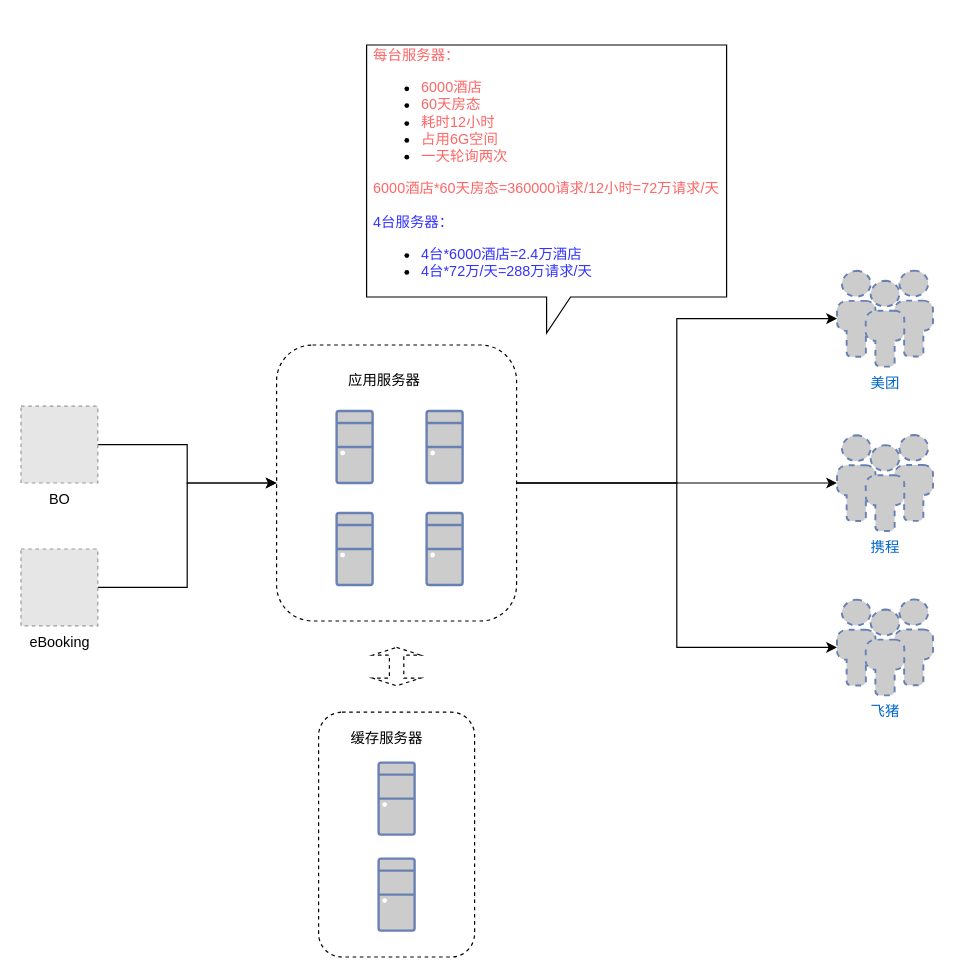
weiwen111/diagram keeps this draw.io diagram as page "deploy" (3 of 3) of drawio/酒店-美团.drawio. Above is the earlier version. Source tidied: cells renumbered, new cells numbered last; positions are measured from the earlier drawing's top-left corner, leaving out a move shared by most shapes. Both pictures are drawn from the tidied source at 120%, with x=0, y=0 at pixel (20, 44). Pictures stored in the file or linked from it are replaced by grey dashed boxes.
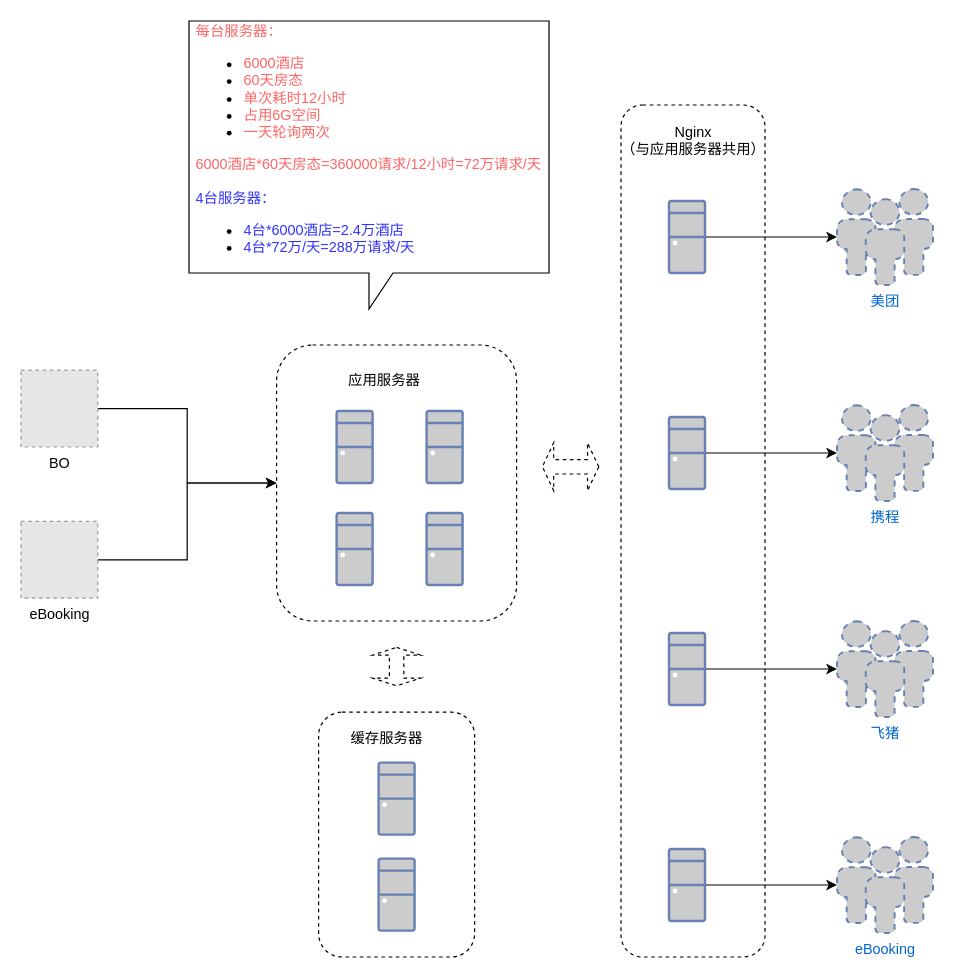
The same page after the edit.

Commit message:
更新酒店-美团.drawio

The change refers to these unchanged cells:
```xml
<mxCell id="5" style="rounded=1;whiteSpace=wrap;html=1;dashed=1;" parent="1" vertex="1">
  <mxGeometry x="213" y="250" width="200" height="230" as="geometry" />
</mxCell>
```

Diff of the diagram source:
```diff
@@
-    <mxCell id="2" style="edgeStyle=orthogonalEdgeStyle;rounded=0;jettySize=auto;html=1;exitX=1;exitY=0.5;exitDx=0;exitDy=0;entryX=0;entryY=0.5;entryDx=0;entryDy=0;entryPerimeter=0;" parent="1" edge="1" source="5" target="17">
-      <mxGeometry relative="1" as="geometry" />
-    </mxCell>
-    <mxCell id="3" style="edgeStyle=orthogonalEdgeStyle;rounded=0;jettySize=auto;html=1;exitX=1;exitY=0.5;exitDx=0;exitDy=0;entryX=0;entryY=0.5;entryDx=0;entryDy=0;entryPerimeter=0;" parent="1" edge="1" source="5" target="19">
-      <mxGeometry relative="1" as="geometry" />
-    </mxCell>
-    <mxCell id="4" style="edgeStyle=orthogonalEdgeStyle;rounded=0;jettySize=auto;html=1;exitX=1;exitY=0.5;exitDx=0;exitDy=0;entryX=0;entryY=0.5;entryDx=0;entryDy=0;entryPerimeter=0;" parent="1" edge="1" source="5" target="20">
-      <mxGeometry relative="1" as="geometry" />
-    </mxCell>
+    <mxCell id="24" style="rounded=1;whiteSpace=wrap;html=1;dashed=1;" parent="1" vertex="1">
+      <mxGeometry x="500" y="50" width="120" height="710" as="geometry" />
+    </mxCell>
@@
     <mxCell id="14" value="BO" style="fillColor=#E6E6E6;strokeColor=#999999;dashed=1;html=1;verticalAlign=top;verticalLabelPosition=bottom;labelBackgroundColor=#ffffff;" parent="1" vertex="1">
-      <mxGeometry y="301" width="64" height="64" as="geometry" />
+      <mxGeometry y="271" width="64" height="64" as="geometry" />
     </mxCell>
@@
-    <mxCell id="17" value="美团" style="fontColor=#0066CC;verticalAlign=top;verticalLabelPosition=bottom;labelPosition=center;align=center;html=1;outlineConnect=0;fillColor=#CCCCCC;strokeColor=#6881B3;gradientColor=none;gradientDirection=north;strokeWidth=2;shape=mxgraph.networks.users;dashed=1;" parent="1" vertex="1">
-      <mxGeometry x="680" y="188" width="80" height="80" as="geometry" />
+    <mxCell id="17" value="美团" style="fontColor=#0066CC;verticalAlign=top;verticalLabelPosition=bottom;labelPosition=center;align=center;html=1;outlineConnect=0;fillColor=#CCCCCC;strokeColor=#6881B3;gradientColor=none;gradientDirection=north;strokeWidth=2;shape=mxgraph.networks.users;dashed=1;flipV=0;flipH=0;" parent="1" vertex="1">
+      <mxGeometry x="680" y="120" width="80" height="80" as="geometry" />
     </mxCell>
-    <mxCell id="18" value="&lt;div style=&quot;text-align: left&quot;&gt;&lt;span&gt;&lt;font color=&quot;#ff6666&quot;&gt;每台服务器：&lt;/font&gt;&lt;/span&gt;&lt;/div&gt;&lt;div style=&quot;text-align: left&quot;&gt;&lt;ul&gt;&lt;li&gt;&lt;span&gt;&lt;font color=&quot;#ff6666&quot;&gt;6000酒店&lt;/font&gt;&lt;/span&gt;&lt;/li&gt;&lt;li&gt;&lt;span&gt;&lt;font color=&quot;#ff6666&quot;&gt;60天房态&lt;/font&gt;&lt;/span&gt;&lt;/li&gt;&lt;li&gt;&lt;span&gt;&lt;font color=&quot;#ff6666&quot;&gt;耗时12小时&lt;/font&gt;&lt;/span&gt;&lt;/li&gt;&lt;li&gt;&lt;span&gt;&lt;font color=&quot;#ff6666&quot;&gt;占用6G空间&lt;/font&gt;&lt;/span&gt;&lt;/li&gt;&lt;li&gt;&lt;span&gt;&lt;font color=&quot;#ff6666&quot;&gt;一天轮询两次&lt;/font&gt;&lt;/span&gt;&lt;/li&gt;&lt;/ul&gt;&lt;/div&gt;&lt;div style=&quot;text-align: left&quot;&gt;&lt;span&gt;&lt;font color=&quot;#ff6666&quot;&gt;6000酒店*60天房态=360000请求/12小时=72万请求/天&lt;/font&gt;&lt;/span&gt;&lt;/div&gt;&lt;div style=&quot;text-align: left&quot;&gt;&lt;span&gt;&lt;br&gt;&lt;/span&gt;&lt;/div&gt;&lt;div style=&quot;text-align: left&quot;&gt;&lt;span&gt;&lt;font color=&quot;#3333ff&quot;&gt;4台服务器：&lt;/font&gt;&lt;/span&gt;&lt;/div&gt;&lt;div style=&quot;text-align: left&quot;&gt;&lt;ul&gt;&lt;li&gt;&lt;span&gt;&lt;font color=&quot;#3333ff&quot;&gt;4台*6000酒店=2.4万酒店&lt;/font&gt;&lt;/span&gt;&lt;/li&gt;&lt;li&gt;&lt;span&gt;&lt;font color=&quot;#3333ff&quot;&gt;4台*72万/天=288万请求/天&lt;/font&gt;&lt;/span&gt;&lt;/li&gt;&lt;/ul&gt;&lt;/div&gt;&lt;div style=&quot;text-align: left&quot;&gt;&lt;/div&gt;" style="shape=callout;whiteSpace=wrap;html=1;perimeter=calloutPerimeter;" parent="1" vertex="1">
-      <mxGeometry x="288" width="300" height="240" as="geometry" />
+    <mxCell id="18" value="&lt;div style=&quot;text-align: left&quot;&gt;&lt;span&gt;&lt;font color=&quot;#ff6666&quot;&gt;每台服务器：&lt;/font&gt;&lt;/span&gt;&lt;/div&gt;&lt;div style=&quot;text-align: left&quot;&gt;&lt;ul&gt;&lt;li&gt;&lt;span&gt;&lt;font color=&quot;#ff6666&quot;&gt;6000酒店&lt;/font&gt;&lt;/span&gt;&lt;/li&gt;&lt;li&gt;&lt;span&gt;&lt;font color=&quot;#ff6666&quot;&gt;60天房态&lt;/font&gt;&lt;/span&gt;&lt;/li&gt;&lt;li&gt;&lt;span&gt;&lt;font color=&quot;#ff6666&quot;&gt;单次耗时12小时&lt;/font&gt;&lt;/span&gt;&lt;/li&gt;&lt;li&gt;&lt;span&gt;&lt;font color=&quot;#ff6666&quot;&gt;占用6G空间&lt;/font&gt;&lt;/span&gt;&lt;/li&gt;&lt;li&gt;&lt;span&gt;&lt;font color=&quot;#ff6666&quot;&gt;一天轮询两次&lt;/font&gt;&lt;/span&gt;&lt;/li&gt;&lt;/ul&gt;&lt;/div&gt;&lt;div style=&quot;text-align: left&quot;&gt;&lt;span&gt;&lt;font color=&quot;#ff6666&quot;&gt;6000酒店*60天房态=360000请求/12小时=72万请求/天&lt;/font&gt;&lt;/span&gt;&lt;/div&gt;&lt;div style=&quot;text-align: left&quot;&gt;&lt;span&gt;&lt;br&gt;&lt;/span&gt;&lt;/div&gt;&lt;div style=&quot;text-align: left&quot;&gt;&lt;span&gt;&lt;font color=&quot;#3333ff&quot;&gt;4台服务器：&lt;/font&gt;&lt;/span&gt;&lt;/div&gt;&lt;div style=&quot;text-align: left&quot;&gt;&lt;ul&gt;&lt;li&gt;&lt;span&gt;&lt;font color=&quot;#3333ff&quot;&gt;4台*6000酒店=2.4万酒店&lt;/font&gt;&lt;/span&gt;&lt;/li&gt;&lt;li&gt;&lt;span&gt;&lt;font color=&quot;#3333ff&quot;&gt;4台*72万/天=288万请求/天&lt;/font&gt;&lt;/span&gt;&lt;/li&gt;&lt;/ul&gt;&lt;/div&gt;&lt;div style=&quot;text-align: left&quot;&gt;&lt;/div&gt;" style="shape=callout;whiteSpace=wrap;html=1;perimeter=calloutPerimeter;" parent="1" vertex="1">
+      <mxGeometry x="140" y="-20" width="300" height="240" as="geometry" />
     </mxCell>
-    <mxCell id="19" value="携程" style="fontColor=#0066CC;verticalAlign=top;verticalLabelPosition=bottom;labelPosition=center;align=center;html=1;outlineConnect=0;fillColor=#CCCCCC;strokeColor=#6881B3;gradientColor=none;gradientDirection=north;strokeWidth=2;shape=mxgraph.networks.users;dashed=1;" parent="1" vertex="1">
-      <mxGeometry x="680" y="325" width="80" height="80" as="geometry" />
+    <mxCell id="19" value="携程" style="fontColor=#0066CC;verticalAlign=top;verticalLabelPosition=bottom;labelPosition=center;align=center;html=1;outlineConnect=0;fillColor=#CCCCCC;strokeColor=#6881B3;gradientColor=none;gradientDirection=north;strokeWidth=2;shape=mxgraph.networks.users;dashed=1;flipV=0;flipH=0;" parent="1" vertex="1">
+      <mxGeometry x="680" y="300" width="80" height="80" as="geometry" />
     </mxCell>
-    <mxCell id="20" value="飞猪" style="fontColor=#0066CC;verticalAlign=top;verticalLabelPosition=bottom;labelPosition=center;align=center;html=1;outlineConnect=0;fillColor=#CCCCCC;strokeColor=#6881B3;gradientColor=none;gradientDirection=north;strokeWidth=2;shape=mxgraph.networks.users;dashed=1;" parent="1" vertex="1">
-      <mxGeometry x="680" y="462" width="80" height="80" as="geometry" />
+    <mxCell id="20" value="飞猪" style="fontColor=#0066CC;verticalAlign=top;verticalLabelPosition=bottom;labelPosition=center;align=center;html=1;outlineConnect=0;fillColor=#CCCCCC;strokeColor=#6881B3;gradientColor=none;gradientDirection=north;strokeWidth=2;shape=mxgraph.networks.users;dashed=1;flipV=0;flipH=0;" parent="1" vertex="1">
+      <mxGeometry x="680" y="480" width="80" height="80" as="geometry" />
     </mxCell>
-    <mxCell id="21" style="edgeStyle=orthogonalEdgeStyle;rounded=0;jettySize=auto;html=1;exitX=1;exitY=0.5;exitDx=0;exitDy=0;" parent="1" edge="1" source="22" target="5">
+    <mxCell id="21" style="edgeStyle=orthogonalEdgeStyle;rounded=0;jettySize=auto;html=1;exitX=1;exitY=0.5;exitDx=0;exitDy=0;entryX=0;entryY=0.5;entryDx=0;entryDy=0;" parent="1" edge="1" source="22" target="5">
       <mxGeometry relative="1" as="geometry" />
     </mxCell>
     <mxCell id="22" value="eBooking" style="fillColor=#E6E6E6;strokeColor=#999999;dashed=1;html=1;verticalAlign=top;verticalLabelPosition=bottom;labelBackgroundColor=#ffffff;" parent="1" vertex="1">
-      <mxGeometry y="420" width="64" height="64" as="geometry" />
+      <mxGeometry y="397" width="64" height="64" as="geometry" />
     </mxCell>
@@
+    <mxCell id="25" style="edgeStyle=orthogonalEdgeStyle;rounded=0;jettySize=auto;html=1;" parent="1" edge="1" source="26" target="17">
+      <mxGeometry relative="1" as="geometry" />
+    </mxCell>
+    <mxCell id="26" style="fontColor=#0066CC;verticalAlign=top;verticalLabelPosition=bottom;labelPosition=center;align=center;html=1;outlineConnect=0;fillColor=#CCCCCC;strokeColor=#6881B3;gradientColor=none;gradientDirection=north;strokeWidth=2;shape=mxgraph.networks.desktop_pc;flipV=0;" parent="1" vertex="1">
+      <mxGeometry x="540" y="130" width="30" height="60" as="geometry" />
+    </mxCell>
+    <mxCell id="27" style="edgeStyle=orthogonalEdgeStyle;rounded=0;jettySize=auto;html=1;exitX=1;exitY=0.5;exitDx=0;exitDy=0;exitPerimeter=0;entryX=0;entryY=0.5;entryDx=0;entryDy=0;entryPerimeter=0;" parent="1" edge="1" source="28" target="19">
+      <mxGeometry relative="1" as="geometry" />
+    </mxCell>
+    <mxCell id="28" style="fontColor=#0066CC;verticalAlign=top;verticalLabelPosition=bottom;labelPosition=center;align=center;html=1;outlineConnect=0;fillColor=#CCCCCC;strokeColor=#6881B3;gradientColor=none;gradientDirection=north;strokeWidth=2;shape=mxgraph.networks.desktop_pc;flipV=0;" parent="1" vertex="1">
+      <mxGeometry x="540" y="310" width="30" height="60" as="geometry" />
+    </mxCell>
+    <mxCell id="29" style="edgeStyle=orthogonalEdgeStyle;rounded=0;jettySize=auto;html=1;exitX=1;exitY=0.5;exitDx=0;exitDy=0;exitPerimeter=0;" parent="1" edge="1" source="30" target="20">
+      <mxGeometry relative="1" as="geometry" />
+    </mxCell>
+    <mxCell id="30" style="fontColor=#0066CC;verticalAlign=top;verticalLabelPosition=bottom;labelPosition=center;align=center;html=1;outlineConnect=0;fillColor=#CCCCCC;strokeColor=#6881B3;gradientColor=none;gradientDirection=north;strokeWidth=2;shape=mxgraph.networks.desktop_pc;flipV=0;flipH=0;" parent="1" vertex="1">
+      <mxGeometry x="540" y="490" width="30" height="60" as="geometry" />
+    </mxCell>
+    <mxCell id="31" style="edgeStyle=orthogonalEdgeStyle;rounded=0;jettySize=auto;html=1;exitX=1;exitY=0.5;exitDx=0;exitDy=0;exitPerimeter=0;entryX=0;entryY=0.5;entryDx=0;entryDy=0;entryPerimeter=0;" parent="1" edge="1" source="32" target="33">
+      <mxGeometry relative="1" as="geometry" />
+    </mxCell>
+    <mxCell id="32" style="fontColor=#0066CC;verticalAlign=top;verticalLabelPosition=bottom;labelPosition=center;align=center;html=1;outlineConnect=0;fillColor=#CCCCCC;strokeColor=#6881B3;gradientColor=none;gradientDirection=north;strokeWidth=2;shape=mxgraph.networks.desktop_pc;flipV=0;flipH=0;" parent="1" vertex="1">
+      <mxGeometry x="540" y="670" width="30" height="60" as="geometry" />
+    </mxCell>
+    <mxCell id="33" value="eBooking" style="fontColor=#0066CC;verticalAlign=top;verticalLabelPosition=bottom;labelPosition=center;align=center;html=1;outlineConnect=0;fillColor=#CCCCCC;strokeColor=#6881B3;gradientColor=none;gradientDirection=north;strokeWidth=2;shape=mxgraph.networks.users;dashed=1;flipV=0;flipH=0;" parent="1" vertex="1">
+      <mxGeometry x="680" y="660" width="80" height="80" as="geometry" />
+    </mxCell>
+    <mxCell id="34" value="Nginx&lt;br&gt;（与应用服务器共用）&lt;br&gt;" style="text;html=1;align=center;verticalAlign=top;spacingTop=-4;" parent="1" vertex="1">
+      <mxGeometry x="490" y="63" width="140" height="30" as="geometry" />
+    </mxCell>
+    <mxCell id="35" style="shape=doubleArrow;direction=south;whiteSpace=wrap;html=1;dashed=1;flipV=0;rotation=90;" parent="1" vertex="1">
+      <mxGeometry x="438" y="328" width="40" height="47" as="geometry" />
+    </mxCell>
```
